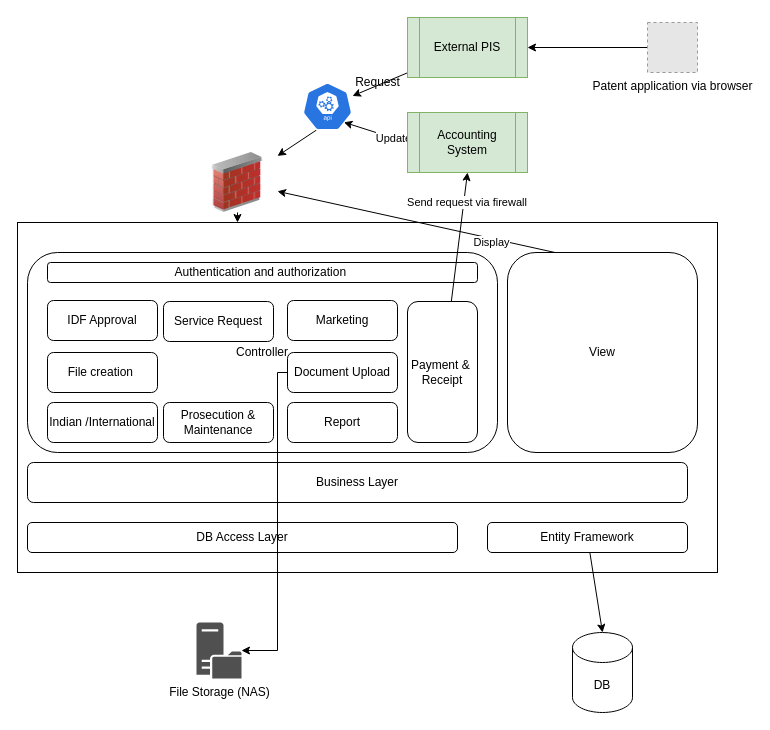
Earlier version of the draw.io diagram deployment.drawio (shpriya-bits/github-upload). Source tidied: cells renumbered, new cells numbered last; positions are measured from the earlier drawing's top-left corner, leaving out a move shared by most shapes. Both pictures are drawn from the tidied source at 100%, with x=0, y=0 at pixel (17, 17). Pictures stored in the file or linked from it are replaced by grey dashed boxes.
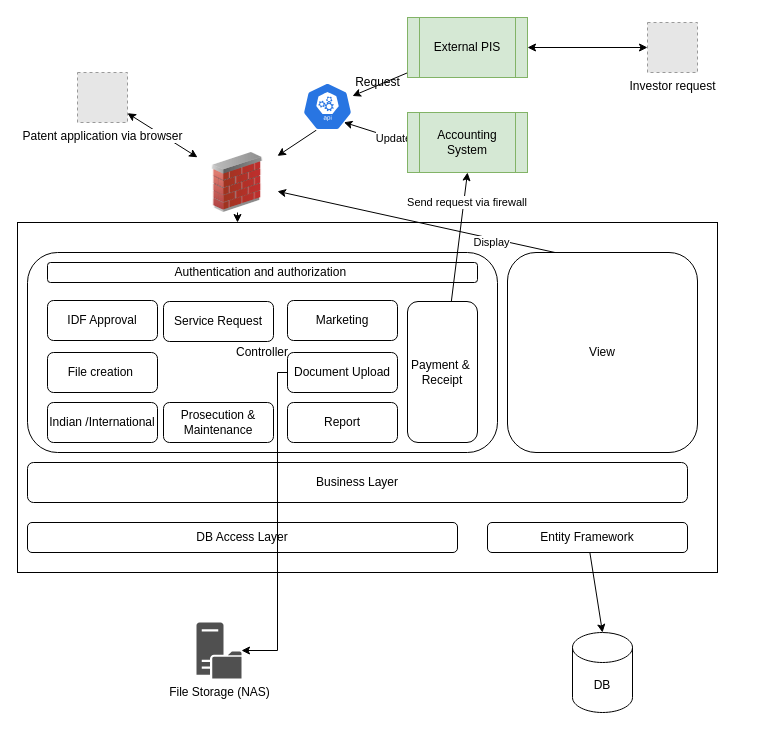
The same page after the edit.

The change refers to these unchanged cells:
```xml
<mxCell id="5" style="image;html=1;image=img/lib/clip_art/networking/Firewall_02_128x128.png;" parent="1" vertex="1">
  <mxGeometry x="180" y="135" width="80" height="60" as="geometry" />
</mxCell>
<mxCell id="26" value="External PIS" style="shape=process;whiteSpace=wrap;html=1;backgroundOutline=1;fillColor=#d5e8d4;strokeColor=#82b366;" parent="1" vertex="1">
  <mxGeometry x="390" width="120" height="60" as="geometry" />
</mxCell>
```

Change to the diagram source:
```diff
@@
-    <mxCell id="2" style="edgeStyle=orthogonalEdgeStyle;rounded=0;jettySize=auto;html=1;entryX=1;entryY=0.5;entryDx=0;entryDy=0;" parent="1" edge="1" source="3" target="26">
+    <mxCell id="2" style="edgeStyle=orthogonalEdgeStyle;rounded=0;jettySize=auto;html=1;entryX=1;entryY=0.5;entryDx=0;entryDy=0;startArrow=classic;startFill=1;" parent="1" edge="1" source="3" target="26">
       <mxGeometry relative="1" as="geometry" />
     </mxCell>
-    <mxCell id="3" value="Patent application via browser" style="fillColor=#E6E6E6;strokeColor=#999999;dashed=1;html=1;verticalAlign=top;verticalLabelPosition=bottom;labelBackgroundColor=#ffffff;" parent="1" vertex="1">
+    <mxCell id="3" value="Investor request" style="fillColor=#E6E6E6;strokeColor=#999999;dashed=1;html=1;verticalAlign=top;verticalLabelPosition=bottom;labelBackgroundColor=#ffffff;" parent="1" vertex="1">
       <mxGeometry x="630" y="5" width="50" height="50" as="geometry" />
     </mxCell>
@@
+    <mxCell id="38" style="edgeStyle=none;rounded=0;jettySize=auto;html=1;startArrow=classic;startFill=1;" parent="1" edge="1" source="39" target="5">
+      <mxGeometry relative="1" as="geometry" />
+    </mxCell>
+    <mxCell id="39" value="Patent application via browser" style="fillColor=#E6E6E6;strokeColor=#999999;dashed=1;html=1;verticalAlign=top;verticalLabelPosition=bottom;labelBackgroundColor=#ffffff;" parent="1" vertex="1">
+      <mxGeometry x="60" y="55" width="50" height="50" as="geometry" />
+    </mxCell>
```
